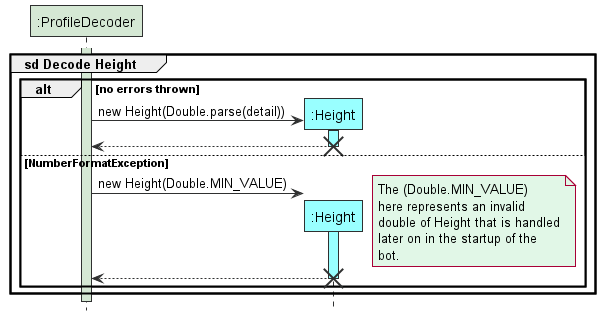
Earlier version of the PlantUML export docs/images/DecodeHeight.png (tryyang2001/tp).
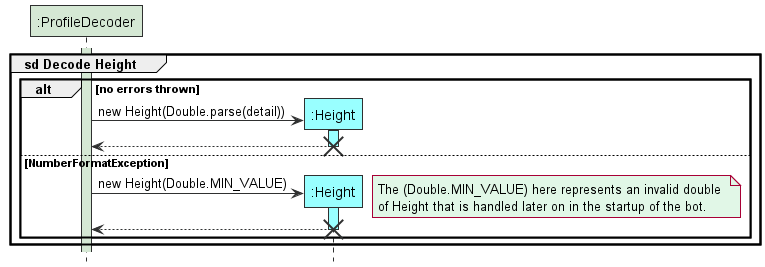
The same diagram one commit later.

The edit, as a diff of the source:
```diff
@@ -16,8 +16,10 @@
 destroy Height
 else NumberFormatException
 ProfileDecoder -> Height ** DATA_COLOUR: new Height(Double.MIN_VALUE)
-note right STORAGE_FADED_COLOUR: The (Double.MIN_VALUE) \nhere represents an invalid\ndouble of Height that is handled\nlater on in the startup of the \nbot.
-
+note right STORAGE_FADED_COLOUR
+The (Double.MIN_VALUE) here represents an invalid double
+of Height that is handled later on in the startup of the bot.
+end note
 activate Height DATA_COLOUR
     Height --> ProfileDecoder
 deactivate
```
